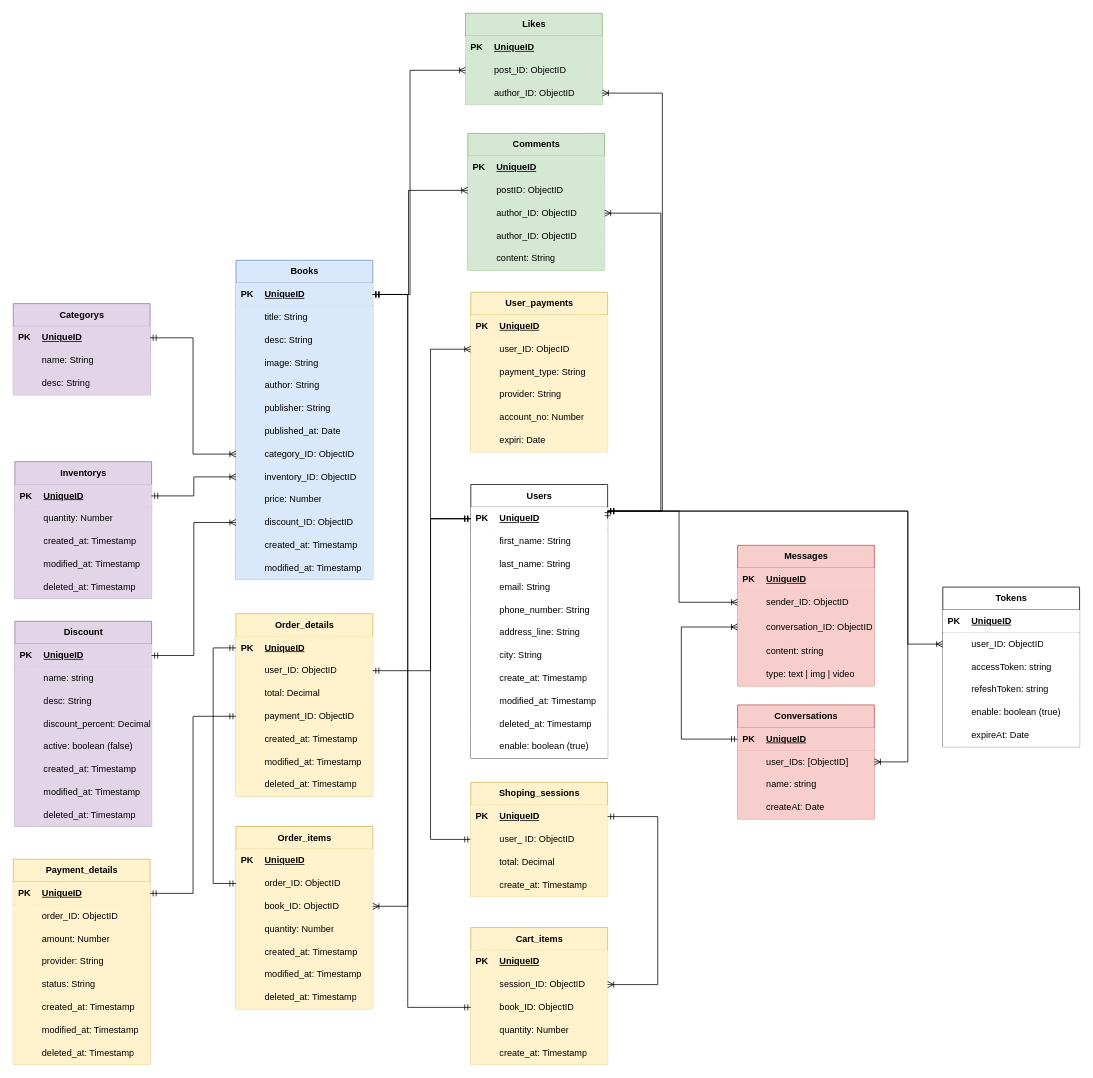
Above: Diagram-Ebook-Shop.drawio in Khanh-BangPham/Diagram-Store (draw.io), before the change. Source tidied: cells renumbered, new cells numbered last; positions are measured from the earlier drawing's top-left corner, leaving out a move shared by most shapes. Both pictures are drawn from the tidied source at 76%, with x=0, y=0 at pixel (13, 13).
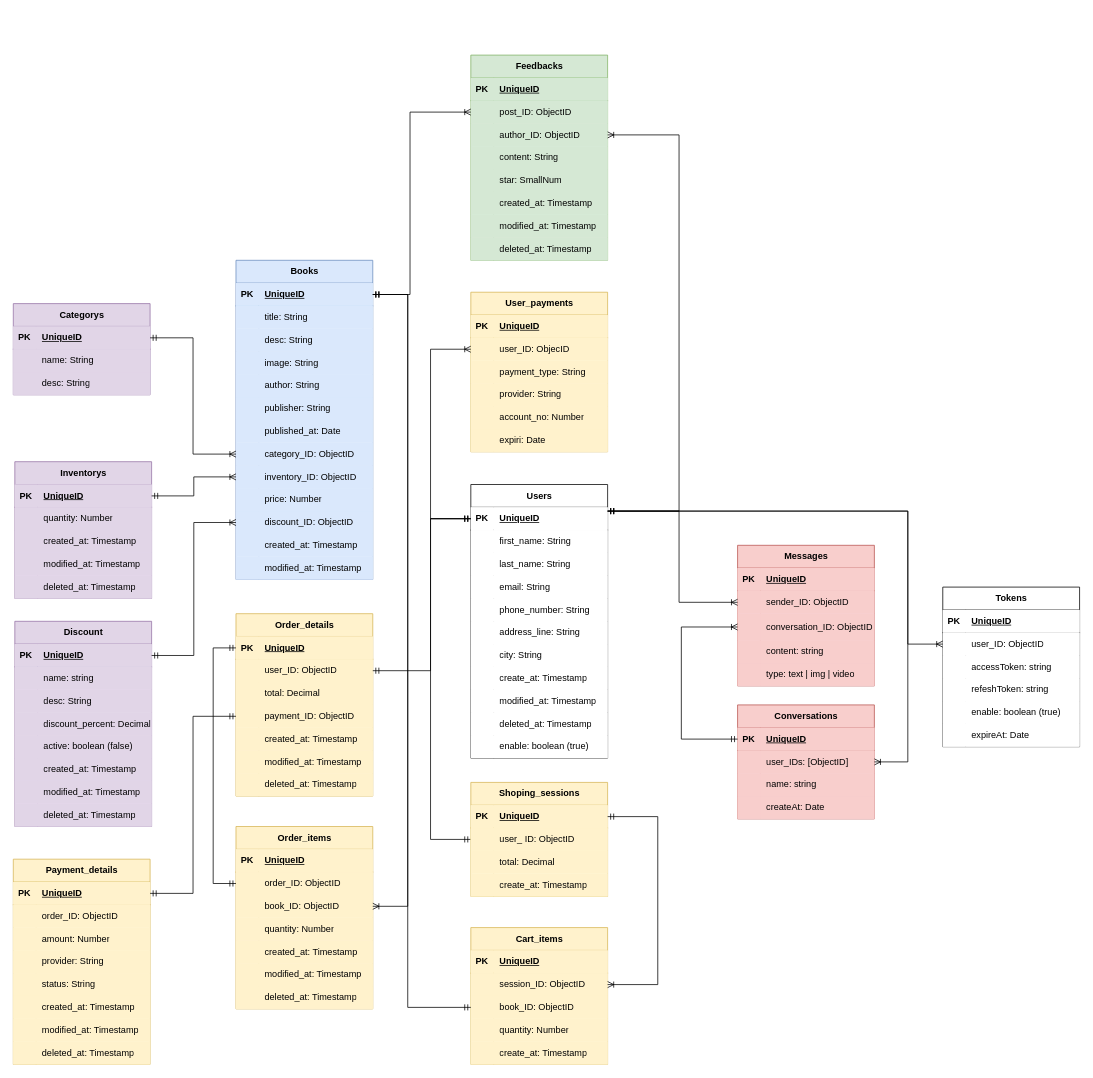
Above is the later version.

Commit message (it also covers changes not shown here):
Cập nhật Diagram-Ebook-Shop.drawio

The change refers to these unchanged cells:
```xml
<mxCell id="3" style="shape=tableRow;horizontal=0;startSize=0;swimlaneHead=0;swimlaneBody=0;points=[[0,0.5],[1,0.5]];portConstraint=eastwest;top=0;left=0;right=0;bottom=1;" parent="2" vertex="1">
  <mxGeometry y="30" width="180" height="30" as="geometry" />
</mxCell>
<mxCell id="56" style="shape=tableRow;horizontal=0;startSize=0;swimlaneHead=0;swimlaneBody=0;fillColor=#dae8fc;points=[[0,0.5],[1,0.5]];portConstraint=eastwest;top=0;left=0;right=0;bottom=1;strokeColor=#6c8ebf;" parent="55" vertex="1">
  <mxGeometry y="30" width="180" height="30" as="geometry" />
</mxCell>
<mxCell id="99" style="shape=tableRow;horizontal=0;startSize=0;swimlaneHead=0;swimlaneBody=0;fillColor=#d5e8d4;points=[[0,0.5],[1,0.5]];portConstraint=eastwest;top=0;left=0;right=0;bottom=0;strokeColor=#82b366;" parent="95" vertex="1">
  <mxGeometry y="60" width="180" height="30" as="geometry" />
</mxCell>
<mxCell id="102" style="shape=tableRow;horizontal=0;startSize=0;swimlaneHead=0;swimlaneBody=0;fillColor=#d5e8d4;points=[[0,0.5],[1,0.5]];portConstraint=eastwest;top=0;left=0;right=0;bottom=0;strokeColor=#82b366;" parent="95" vertex="1">
  <mxGeometry y="90" width="180" height="30" as="geometry" />
</mxCell>
```

Change to the diagram source:
```diff
@@
-    <mxCell id="95" value="Likes" style="shape=table;startSize=30;childLayout=tableLayout;rowLines=0;fontStyle=1;align=center;html=1;fillColor=#d5e8d4;strokeColor=#82b366;" parent="1" vertex="1">
-      <mxGeometry x="595" width="180" height="120" as="geometry" />
+    <mxCell id="95" value="Feedbacks" style="shape=table;startSize=30;childLayout=tableLayout;rowLines=0;fontStyle=1;align=center;html=1;fillColor=#d5e8d4;strokeColor=#82b366;" parent="1" vertex="1">
+      <mxGeometry x="602" y="55" width="180" height="270" as="geometry" />
     </mxCell>
@@
-    <mxCell id="105" value="Comments" style="shape=table;startSize=30;childLayout=tableLayout;rowLines=0;fontStyle=1;align=center;html=1;fillColor=#d5e8d4;strokeColor=#82b366;" parent="1" vertex="1">
-      <mxGeometry x="598" y="158" width="180" height="180" as="geometry" />
-    </mxCell>
-    <mxCell id="106" style="shape=tableRow;horizontal=0;startSize=0;swimlaneHead=0;swimlaneBody=0;fillColor=#d5e8d4;top=0;left=0;right=0;bottom=1;strokeColor=#82b366;" parent="105" vertex="1">
-      <mxGeometry y="30" width="180" height="30" as="geometry" />
-    </mxCell>
-    <mxCell id="107" value="PK" style="shape=partialRectangle;fillColor=#d5e8d4;top=0;left=0;bottom=0;right=0;fontStyle=1;overflow=hidden;whiteSpace=wrap;html=1;strokeColor=#82b366;" parent="106" vertex="1">
-      <mxGeometry width="30" height="30" as="geometry" />
-    </mxCell>
-    <mxCell id="108" value="UniqueID" style="shape=partialRectangle;fillColor=#d5e8d4;top=0;left=0;bottom=0;right=0;align=left;spacingLeft=6;fontStyle=5;overflow=hidden;whiteSpace=wrap;html=1;strokeColor=#82b366;" parent="106" vertex="1">
-      <mxGeometry x="30" width="150" height="30" as="geometry" />
-    </mxCell>
-    <mxCell id="109" style="shape=tableRow;horizontal=0;startSize=0;swimlaneHead=0;swimlaneBody=0;fillColor=#d5e8d4;points=[[0,0.5],[1,0.5]];portConstraint=eastwest;top=0;left=0;right=0;bottom=0;strokeColor=#82b366;" parent="105" vertex="1">
-      <mxGeometry y="60" width="180" height="30" as="geometry" />
-    </mxCell>
-    <mxCell id="110" style="shape=partialRectangle;fillColor=#d5e8d4;top=0;left=0;bottom=0;right=0;overflow=hidden;whiteSpace=wrap;html=1;strokeColor=#82b366;" parent="109" vertex="1">
-      <mxGeometry width="30" height="30" as="geometry" />
-    </mxCell>
-    <mxCell id="111" value="postID: ObjectID" style="shape=partialRectangle;fillColor=#d5e8d4;top=0;left=0;bottom=0;right=0;align=left;spacingLeft=6;overflow=hidden;whiteSpace=wrap;html=1;strokeColor=#82b366;" parent="109" vertex="1">
-      <mxGeometry x="30" width="150" height="30" as="geometry" />
-    </mxCell>
-    <mxCell id="112" style="shape=tableRow;horizontal=0;startSize=0;swimlaneHead=0;swimlaneBody=0;fillColor=#d5e8d4;points=[[0,0.5],[1,0.5]];portConstraint=eastwest;top=0;left=0;right=0;bottom=0;strokeColor=#82b366;" parent="105" vertex="1">
-      <mxGeometry y="90" width="180" height="30" as="geometry" />
-    </mxCell>
-    <mxCell id="113" style="shape=partialRectangle;fillColor=#d5e8d4;top=0;left=0;bottom=0;right=0;overflow=hidden;whiteSpace=wrap;html=1;strokeColor=#82b366;" parent="112" vertex="1">
-      <mxGeometry width="30" height="30" as="geometry" />
-    </mxCell>
-    <mxCell id="114" value="author_ID: ObjectID" style="shape=partialRectangle;fillColor=#d5e8d4;top=0;left=0;bottom=0;right=0;align=left;spacingLeft=6;overflow=hidden;whiteSpace=wrap;html=1;strokeColor=#82b366;" parent="112" vertex="1">
-      <mxGeometry x="30" width="150" height="30" as="geometry" />
-    </mxCell>
-    <mxCell id="115" style="shape=tableRow;horizontal=0;startSize=0;swimlaneHead=0;swimlaneBody=0;fillColor=#d5e8d4;top=0;left=0;right=0;bottom=0;strokeColor=#82b366;" parent="105" vertex="1">
+    <mxCell id="115" style="shape=tableRow;horizontal=0;startSize=0;swimlaneHead=0;swimlaneBody=0;fillColor=#d5e8d4;top=0;left=0;right=0;bottom=0;strokeColor=#82b366;" parent="95" vertex="1">
       <mxGeometry y="120" width="180" height="30" as="geometry" />
     </mxCell>
-    <mxCell id="116" style="shape=partialRectangle;fillColor=#d5e8d4;top=0;left=0;bottom=0;right=0;overflow=hidden;whiteSpace=wrap;html=1;strokeColor=#82b366;" parent="115" vertex="1">
-      <mxGeometry width="30" height="30" as="geometry" />
-    </mxCell>
-    <mxCell id="117" value="author_ID: ObjectID" style="shape=partialRectangle;fillColor=#d5e8d4;top=0;left=0;bottom=0;right=0;align=left;spacingLeft=6;overflow=hidden;whiteSpace=wrap;html=1;strokeColor=#82b366;" parent="115" vertex="1">
-      <mxGeometry x="30" width="150" height="30" as="geometry" />
-    </mxCell>
+    <mxCell id="337" style="shape=partialRectangle;fillColor=#d5e8d4;top=0;left=0;bottom=0;right=0;overflow=hidden;whiteSpace=wrap;html=1;strokeColor=#82b366;" parent="115" vertex="1">
+      <mxGeometry width="30" height="30" as="geometry" />
+    </mxCell>
+    <mxCell id="120" value="content: String" style="shape=partialRectangle;fillColor=#d5e8d4;top=0;left=0;bottom=0;right=0;align=left;spacingLeft=6;overflow=hidden;whiteSpace=wrap;html=1;strokeColor=#82b366;" parent="115" vertex="1">
+      <mxGeometry x="30" width="150" height="30" as="geometry" />
+    </mxCell>
-    <mxCell id="118" style="shape=tableRow;horizontal=0;startSize=0;swimlaneHead=0;swimlaneBody=0;fillColor=#d5e8d4;top=0;left=0;right=0;bottom=0;strokeColor=#82b366;" parent="105" vertex="1">
+    <mxCell id="118" style="shape=tableRow;horizontal=0;startSize=0;swimlaneHead=0;swimlaneBody=0;fillColor=#d5e8d4;top=0;left=0;right=0;bottom=0;strokeColor=#82b366;" parent="95" vertex="1">
       <mxGeometry y="150" width="180" height="30" as="geometry" />
     </mxCell>
-    <mxCell id="119" style="shape=partialRectangle;fillColor=#d5e8d4;top=0;left=0;bottom=0;right=0;overflow=hidden;whiteSpace=wrap;html=1;strokeColor=#82b366;" parent="118" vertex="1">
-      <mxGeometry width="30" height="30" as="geometry" />
-    </mxCell>
-    <mxCell id="120" value="content: String" style="shape=partialRectangle;fillColor=#d5e8d4;top=0;left=0;bottom=0;right=0;align=left;spacingLeft=6;overflow=hidden;whiteSpace=wrap;html=1;strokeColor=#82b366;" parent="118" vertex="1">
-      <mxGeometry x="30" width="150" height="30" as="geometry" />
-    </mxCell>
+    <mxCell id="338" style="shape=partialRectangle;fillColor=#d5e8d4;top=0;left=0;bottom=0;right=0;overflow=hidden;whiteSpace=wrap;html=1;strokeColor=#82b366;" parent="118" vertex="1">
+      <mxGeometry width="30" height="30" as="geometry" />
+    </mxCell>
+    <mxCell id="339" value="star: SmallNum" style="shape=partialRectangle;fillColor=#d5e8d4;top=0;left=0;bottom=0;right=0;align=left;spacingLeft=6;overflow=hidden;whiteSpace=wrap;html=1;strokeColor=#82b366;" parent="118" vertex="1">
+      <mxGeometry x="30" width="150" height="30" as="geometry" />
+    </mxCell>
+    <mxCell id="340" style="shape=tableRow;horizontal=0;startSize=0;swimlaneHead=0;swimlaneBody=0;fillColor=#d5e8d4;top=0;left=0;right=0;bottom=0;strokeColor=#82b366;" parent="95" vertex="1">
+      <mxGeometry y="180" width="180" height="30" as="geometry" />
+    </mxCell>
+    <mxCell id="341" style="shape=partialRectangle;fillColor=#d5e8d4;top=0;left=0;bottom=0;right=0;overflow=hidden;whiteSpace=wrap;html=1;strokeColor=#82b366;" parent="340" vertex="1">
+      <mxGeometry width="30" height="30" as="geometry" />
+    </mxCell>
+    <mxCell id="342" value="created_at: Timestamp" style="shape=partialRectangle;fillColor=#d5e8d4;top=0;left=0;bottom=0;right=0;align=left;spacingLeft=6;overflow=hidden;whiteSpace=wrap;html=1;strokeColor=#82b366;" parent="340" vertex="1">
+      <mxGeometry x="30" width="150" height="30" as="geometry" />
+    </mxCell>
+    <mxCell id="343" style="shape=tableRow;horizontal=0;startSize=0;swimlaneHead=0;swimlaneBody=0;fillColor=#d5e8d4;top=0;left=0;right=0;bottom=0;strokeColor=#82b366;" parent="95" vertex="1">
+      <mxGeometry y="210" width="180" height="30" as="geometry" />
+    </mxCell>
+    <mxCell id="344" style="shape=partialRectangle;fillColor=#d5e8d4;top=0;left=0;bottom=0;right=0;overflow=hidden;whiteSpace=wrap;html=1;strokeColor=#82b366;" parent="343" vertex="1">
+      <mxGeometry width="30" height="30" as="geometry" />
+    </mxCell>
+    <mxCell id="345" value="modified_at: Timestamp" style="shape=partialRectangle;fillColor=#d5e8d4;top=0;left=0;bottom=0;right=0;align=left;spacingLeft=6;overflow=hidden;whiteSpace=wrap;html=1;strokeColor=#82b366;" parent="343" vertex="1">
+      <mxGeometry x="30" width="150" height="30" as="geometry" />
+    </mxCell>
+    <mxCell id="346" style="shape=tableRow;horizontal=0;startSize=0;swimlaneHead=0;swimlaneBody=0;fillColor=#d5e8d4;top=0;left=0;right=0;bottom=0;strokeColor=#82b366;" parent="95" vertex="1">
+      <mxGeometry y="240" width="180" height="30" as="geometry" />
+    </mxCell>
+    <mxCell id="347" style="shape=partialRectangle;fillColor=#d5e8d4;top=0;left=0;bottom=0;right=0;overflow=hidden;whiteSpace=wrap;html=1;strokeColor=#82b366;" parent="346" vertex="1">
+      <mxGeometry width="30" height="30" as="geometry" />
+    </mxCell>
+    <mxCell id="348" value="deleted_at: Timestamp" style="shape=partialRectangle;fillColor=#d5e8d4;top=0;left=0;bottom=0;right=0;align=left;spacingLeft=6;overflow=hidden;whiteSpace=wrap;html=1;strokeColor=#82b366;" parent="346" vertex="1">
+      <mxGeometry x="30" width="150" height="30" as="geometry" />
+    </mxCell>
@@
-    <mxCell id="331" style="edgeStyle=orthogonalEdgeStyle;rounded=0;jettySize=auto;html=1;endArrow=ERmandOne;endFill=0;startArrow=ERoneToMany;startFill=0;" parent="1" edge="1" source="112" target="3">
-      <mxGeometry relative="1" as="geometry">
-        <Array as="points">
-          <mxPoint x="852" y="263" />
-          <mxPoint x="852" y="655" />
-        </Array>
-      </mxGeometry>
-    </mxCell>
-    <mxCell id="332" style="edgeStyle=orthogonalEdgeStyle;rounded=0;jettySize=auto;html=1;endArrow=ERmandOne;endFill=0;startArrow=ERoneToMany;startFill=0;" parent="1" edge="1" source="109" target="56">
-      <mxGeometry relative="1" as="geometry">
-        <Array as="points">
-          <mxPoint x="520" y="233" />
-          <mxPoint x="520" y="370" />
-        </Array>
-      </mxGeometry>
-    </mxCell>
-    <mxCell id="333" style="edgeStyle=orthogonalEdgeStyle;rounded=0;jettySize=auto;html=1;entryX=1;entryY=0.5;entryDx=0;entryDy=0;endArrow=ERmandOne;endFill=0;startArrow=ERoneToMany;startFill=0;" parent="1" edge="1" source="102" target="3">
-      <mxGeometry relative="1" as="geometry">
-        <Array as="points">
-          <mxPoint x="854" y="105" />
-          <mxPoint x="854" y="655" />
-          <mxPoint x="782" y="655" />
-        </Array>
-      </mxGeometry>
-    </mxCell>
-    <mxCell id="334" style="edgeStyle=orthogonalEdgeStyle;rounded=0;jettySize=auto;html=1;endArrow=ERmandOne;endFill=0;startArrow=ERoneToMany;startFill=0;" parent="1" edge="1" source="99" target="56">
+    <mxCell id="334" style="edgeStyle=orthogonalEdgeStyle;rounded=0;jettySize=auto;html=1;endArrow=ERmandOne;endFill=0;startArrow=ERoneToMany;startFill=0;exitX=0;exitY=0.5;exitDx=0;exitDy=0;" parent="1" edge="1" source="99" target="56">
       <mxGeometry relative="1" as="geometry">
         <Array as="points">
-          <mxPoint x="522" y="75" />
+          <mxPoint x="522" y="130" />
           <mxPoint x="522" y="370" />
         </Array>
       </mxGeometry>
     </mxCell>
@@
+    <mxCell id="333" style="edgeStyle=orthogonalEdgeStyle;rounded=0;jettySize=auto;html=1;endArrow=ERmandOne;endFill=0;startArrow=ERoneToMany;startFill=0;" parent="1" edge="1" source="102" target="3">
+      <mxGeometry relative="1" as="geometry">
+        <Array as="points">
+          <mxPoint x="876" y="160" />
+          <mxPoint x="876" y="655" />
+        </Array>
+      </mxGeometry>
+    </mxCell>
```
